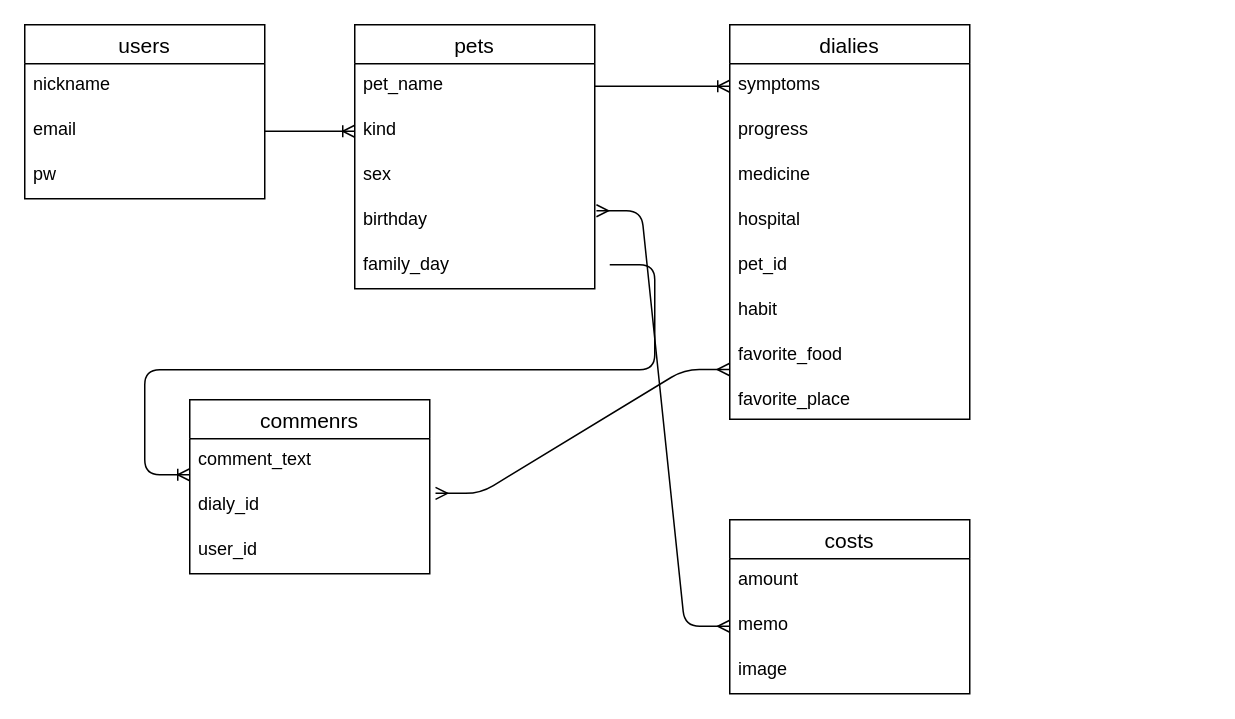
Before: .dio in ohashiyukio/original, a draw.io diagram. Source tidied: cells renumbered, new cells numbered last; positions are measured from the earlier drawing's top-left corner, leaving out a move shared by most shapes. Both pictures are drawn from the tidied source at 150%, with x=0, y=0 at pixel (24, 24).
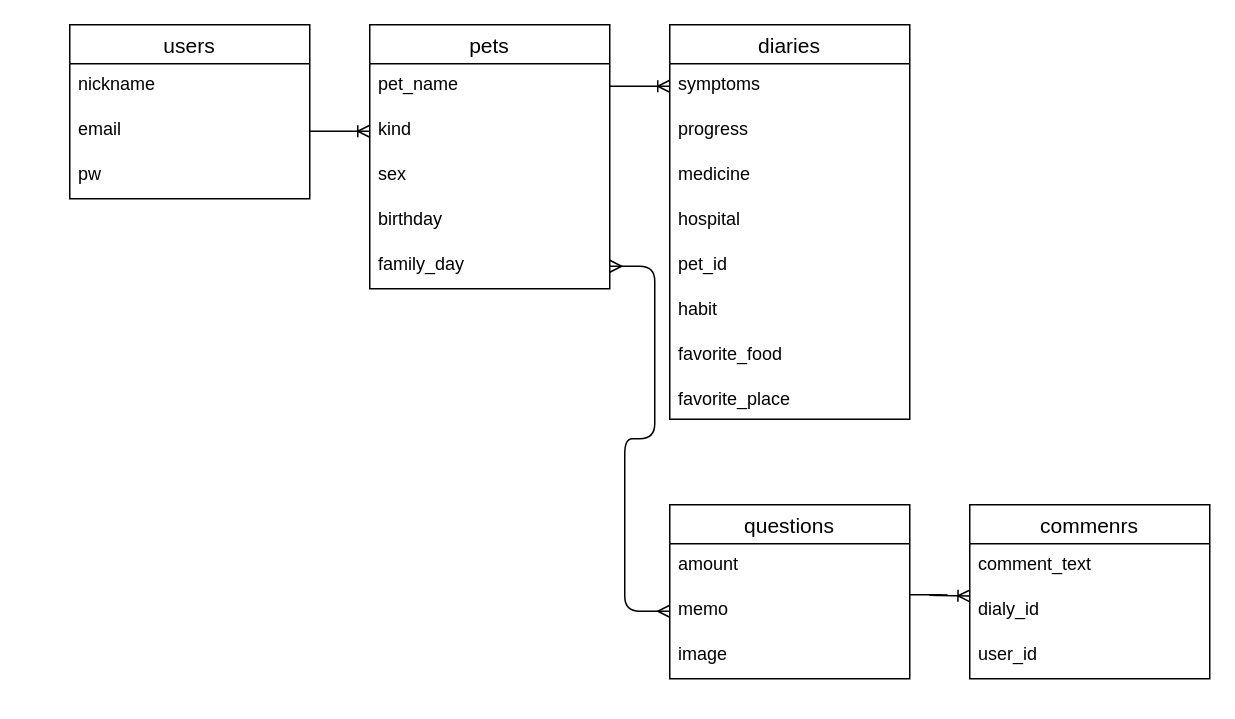
After the change.

The change refers to these unchanged cells:
```xml
<mxCell id="6" value="birthday" style="text;strokeColor=none;fillColor=none;spacingLeft=4;spacingRight=4;overflow=hidden;points=[[0,0.5],[1,0.5]];portConstraint=eastwest;fontSize=12;" parent="2" vertex="1">
  <mxGeometry y="116" width="160" height="30" as="geometry" />
</mxCell>
<mxCell id="7" value="family_day" style="text;strokeColor=none;fillColor=none;spacingLeft=4;spacingRight=4;overflow=hidden;points=[[0,0.5],[1,0.5]];portConstraint=eastwest;fontSize=12;" parent="2" vertex="1">
  <mxGeometry y="146" width="160" height="30" as="geometry" />
</mxCell>
<mxCell id="15" value="favorite_food" style="text;strokeColor=none;fillColor=none;spacingLeft=4;spacingRight=4;overflow=hidden;points=[[0,0.5],[1,0.5]];portConstraint=eastwest;fontSize=12;" parent="8" vertex="1">
  <mxGeometry y="206" width="160" height="30" as="geometry" />
</mxCell>
<mxCell id="19" value="dialy_id" style="text;strokeColor=none;fillColor=none;spacingLeft=4;spacingRight=4;overflow=hidden;points=[[0,0.5],[1,0.5]];portConstraint=eastwest;fontSize=12;" parent="17" vertex="1">
  <mxGeometry y="56" width="160" height="30" as="geometry" />
</mxCell>
<mxCell id="23" value="memo" style="text;strokeColor=none;fillColor=none;spacingLeft=4;spacingRight=4;overflow=hidden;points=[[0,0.5],[1,0.5]];portConstraint=eastwest;fontSize=12;" parent="21" vertex="1">
  <mxGeometry y="56" width="160" height="30" as="geometry" />
</mxCell>
```

What changed in the source:
```diff
@@
     <mxCell id="2" value="pets" style="swimlane;fontStyle=0;horizontal=1;startSize=26;align=center;fontSize=14;" parent="1" vertex="1">
-      <mxGeometry x="220" width="160" height="176" as="geometry" />
+      <mxGeometry x="230" width="160" height="176" as="geometry" />
     </mxCell>
@@
-    <mxCell id="8" value="dialies" style="swimlane;fontStyle=0;horizontal=1;startSize=26;align=center;fontSize=14;" parent="1" vertex="1">
-      <mxGeometry x="470" width="160" height="263" as="geometry" />
+    <mxCell id="8" value="diaries" style="swimlane;fontStyle=0;horizontal=1;startSize=26;align=center;fontSize=14;" parent="1" vertex="1">
+      <mxGeometry x="430" width="160" height="263" as="geometry" />
     </mxCell>
@@
     <mxCell id="17" value="commenrs" style="swimlane;fontStyle=0;horizontal=1;startSize=26;align=center;fontSize=14;" parent="1" vertex="1">
-      <mxGeometry x="110" y="250" width="160" height="116" as="geometry" />
+      <mxGeometry x="630" y="320" width="160" height="116" as="geometry" />
     </mxCell>
@@
+    <mxCell id="34" style="edgeStyle=entityRelationEdgeStyle;fontSize=12;html=1;endArrow=ERoneToMany;exitX=1;exitY=0.5;exitDx=0;exitDy=0;entryX=0.001;entryY=0.16;entryDx=0;entryDy=0;entryPerimeter=0;" parent="17" edge="1" target="19">
+      <mxGeometry relative="1" as="geometry">
+        <mxPoint x="-40" y="60" as="sourcePoint" />
+      </mxGeometry>
+    </mxCell>
@@
-    <mxCell id="21" value="costs" style="swimlane;fontStyle=0;horizontal=1;startSize=26;align=center;fontSize=14;" parent="1" vertex="1">
-      <mxGeometry x="470" y="330" width="160" height="116" as="geometry" />
+    <mxCell id="21" value="questions" style="swimlane;fontStyle=0;horizontal=1;startSize=26;align=center;fontSize=14;" parent="1" vertex="1">
+      <mxGeometry x="430" y="320" width="160" height="116" as="geometry" />
     </mxCell>
@@
-    <mxCell id="26" style="edgeStyle=entityRelationEdgeStyle;fontSize=12;html=1;endArrow=ERoneToMany;" parent="1" edge="1">
-      <mxGeometry relative="1" as="geometry">
-        <mxPoint x="390" y="160" as="sourcePoint" />
-        <mxPoint x="110" y="300" as="targetPoint" />
-      </mxGeometry>
-    </mxCell>
     <mxCell id="27" value="users" style="swimlane;fontStyle=0;horizontal=1;startSize=26;align=center;fontSize=14;" parent="1" vertex="1">
-      <mxGeometry width="160" height="116" as="geometry" />
+      <mxGeometry x="30" width="160" height="116" as="geometry" />
     </mxCell>
@@
-    <mxCell id="31" style="edgeStyle=entityRelationEdgeStyle;fontSize=12;html=1;endArrow=ERmany;startArrow=ERmany;exitX=1.007;exitY=0.266;exitDx=0;exitDy=0;exitPerimeter=0;entryX=0;entryY=0.5;entryDx=0;entryDy=0;" parent="1" edge="1" source="6" target="23">
+    <mxCell id="31" style="edgeStyle=entityRelationEdgeStyle;fontSize=12;html=1;endArrow=ERmany;startArrow=ERmany;entryX=0;entryY=0.5;entryDx=0;entryDy=0;exitX=1;exitY=0.5;exitDx=0;exitDy=0;" parent="1" edge="1" source="7" target="23">
       <mxGeometry relative="1" as="geometry" />
     </mxCell>
@@
-    <mxCell id="33" style="edgeStyle=entityRelationEdgeStyle;fontSize=12;html=1;endArrow=ERmany;startArrow=ERmany;entryX=-0.002;entryY=0.794;entryDx=0;entryDy=0;entryPerimeter=0;exitX=1.024;exitY=0.213;exitDx=0;exitDy=0;exitPerimeter=0;" parent="1" edge="1" source="19" target="15">
-      <mxGeometry relative="1" as="geometry" />
-    </mxCell>
```
